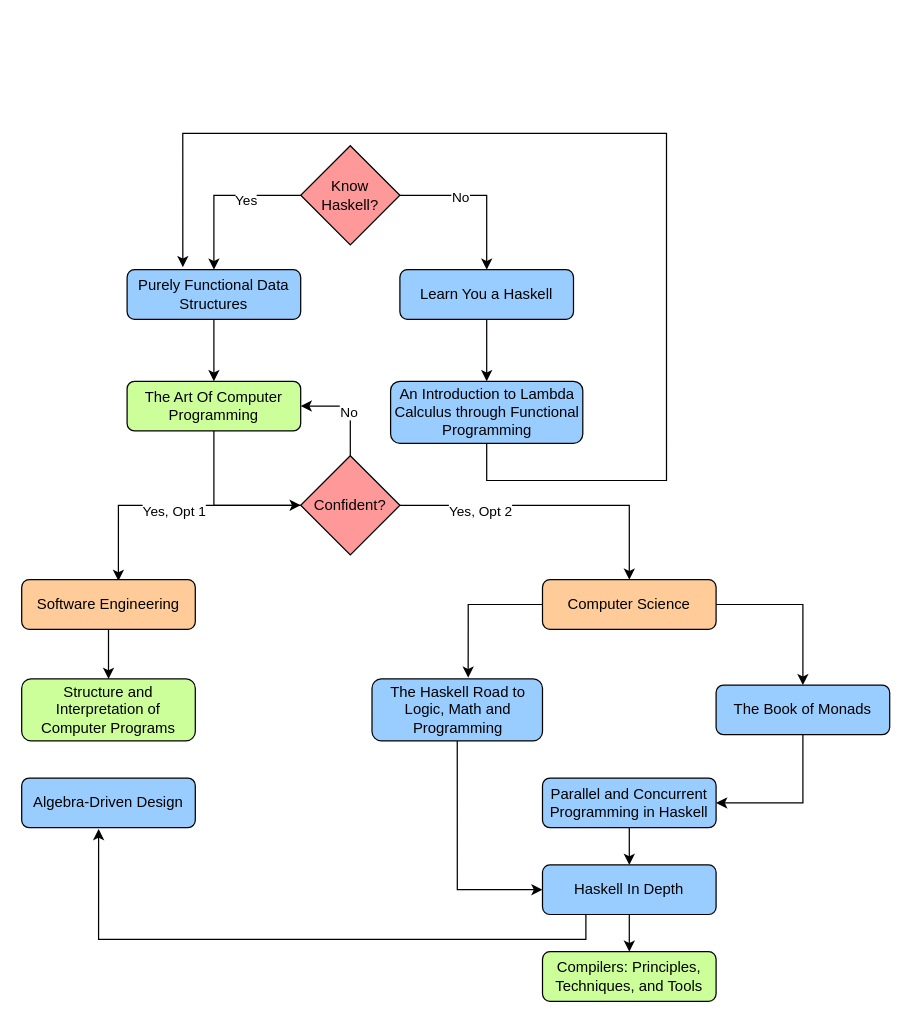
isaac025/haskell_path keeps this draw.io diagram as HaskellPath.drawio. Above is the earlier version. Source tidied: cells renumbered, new cells numbered last; positions are measured from the earlier drawing's top-left corner, leaving out a move shared by most shapes. Both pictures are drawn from the tidied source at 124%, with x=0, y=0 at pixel (21, 133).
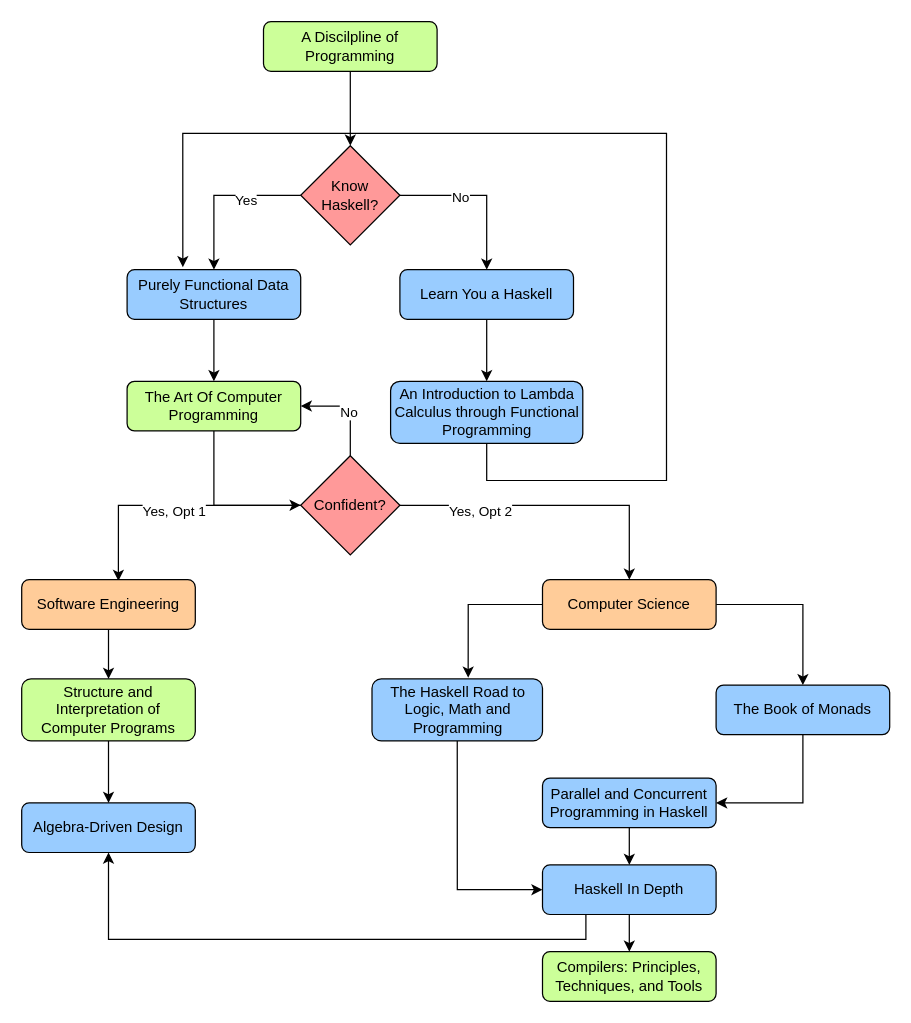
The same diagram, later.

Unchanged cells that the change refers to:
```xml
<mxCell id="6" value="Know Haskell?" style="rhombus;whiteSpace=wrap;html=1;fillColor=#FF9999;" parent="1" vertex="1">
  <mxGeometry x="225" y="10" width="80" height="80" as="geometry" />
</mxCell>
<mxCell id="23" value="Software Engineering" style="rounded=1;whiteSpace=wrap;html=1;fillColor=#FFCC99;" parent="1" vertex="1">
  <mxGeometry y="360" width="140" height="40" as="geometry" />
</mxCell>
<mxCell id="30" value="Structure and Interpretation of Computer Programs" style="rounded=1;whiteSpace=wrap;html=1;fillColor=#CCFF99;" parent="1" vertex="1">
  <mxGeometry y="440" width="140" height="50" as="geometry" />
</mxCell>
<mxCell id="38" value="Haskell In Depth" style="rounded=1;whiteSpace=wrap;html=1;fillColor=#99CCFF;" parent="1" vertex="1">
  <mxGeometry x="420" y="590" width="140" height="40" as="geometry" />
</mxCell>
```

Diff of the diagram source:
```diff
@@
-    <mxCell id="22" style="edgeStyle=orthogonalEdgeStyle;rounded=0;jettySize=auto;html=1;exitX=0.5;exitY=1;exitDx=0;exitDy=0;entryX=0.5;entryY=0;entryDx=0;entryDy=0;" parent="1" edge="1" source="23" target="30">
+    <mxCell id="22" style="edgeStyle=orthogonalEdgeStyle;rounded=0;jettySize=auto;html=1;" parent="1" edge="1" source="23" target="30">
       <mxGeometry relative="1" as="geometry" />
     </mxCell>
@@
     <mxCell id="29" value="Algebra-Driven Design" style="rounded=1;whiteSpace=wrap;html=1;fillColor=#99CCFF;" parent="1" vertex="1">
-      <mxGeometry y="520" width="140" height="40" as="geometry" />
+      <mxGeometry y="540" width="140" height="40" as="geometry" />
     </mxCell>
+    <mxCell id="39" style="edgeStyle=orthogonalEdgeStyle;rounded=0;jettySize=auto;html=1;exitX=0.5;exitY=1;exitDx=0;exitDy=0;entryX=0.5;entryY=0;entryDx=0;entryDy=0;" parent="1" edge="1" source="30" target="29">
+      <mxGeometry relative="1" as="geometry" />
+    </mxCell>
@@
-    <mxCell id="37" style="edgeStyle=orthogonalEdgeStyle;rounded=0;jettySize=auto;html=1;exitX=0.25;exitY=1;exitDx=0;exitDy=0;entryX=0.443;entryY=1.025;entryDx=0;entryDy=0;entryPerimeter=0;" parent="1" edge="1" source="38" target="29">
+    <mxCell id="37" style="edgeStyle=orthogonalEdgeStyle;rounded=0;jettySize=auto;html=1;exitX=0.25;exitY=1;exitDx=0;exitDy=0;entryX=0.5;entryY=1;entryDx=0;entryDy=0;" parent="1" edge="1" source="38" target="29">
       <mxGeometry relative="1" as="geometry" />
     </mxCell>
@@
+    <mxCell id="40" style="edgeStyle=orthogonalEdgeStyle;rounded=0;jettySize=auto;html=1;" parent="1" edge="1" source="41" target="6">
+      <mxGeometry relative="1" as="geometry" />
+    </mxCell>
+    <mxCell id="41" value="A Discilpline of Programming" style="rounded=1;whiteSpace=wrap;html=1;fillColor=#CCFF99;" parent="1" vertex="1">
+      <mxGeometry x="195" y="-90" width="140" height="40" as="geometry" />
+    </mxCell>
```
